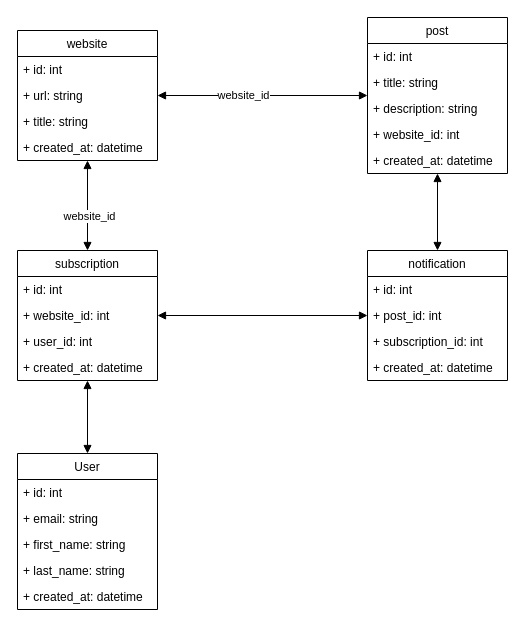
This is docs/diagams.drawio from kudamhazo/laraveltaskv11, a draw.io file, before an edit. Source tidied: cells renumbered, new cells numbered last; positions are measured from the earlier drawing's top-left corner, leaving out a move shared by most shapes. Both pictures are drawn from the tidied source at 100%, with x=0, y=0 at pixel (17, 17).
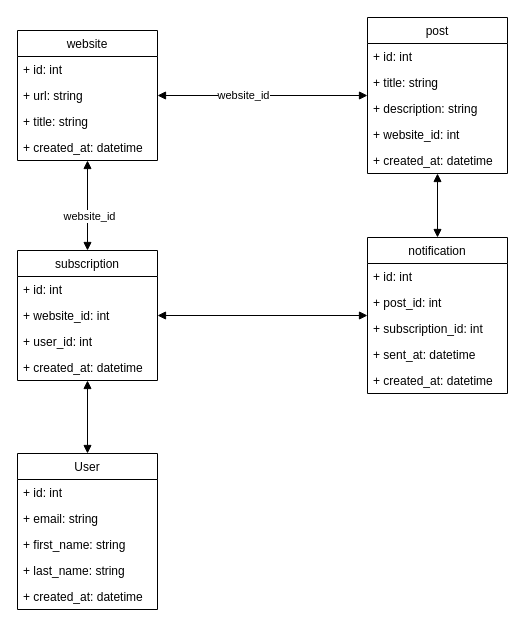
The same page after the edit.

What changed in the source:
```diff
@@
     <mxCell id="29" value="notification" style="swimlane;fontStyle=0;horizontal=1;startSize=26;fillColor=none;" parent="1" vertex="1">
-      <mxGeometry x="350" y="233" width="140" height="130" as="geometry" />
+      <mxGeometry x="350" y="220" width="140" height="156" as="geometry" />
     </mxCell>
@@
+    <mxCell id="36" value="+ sent_at: datetime" style="text;strokeColor=none;fillColor=none;align=left;verticalAlign=top;spacingLeft=4;spacingRight=4;overflow=hidden;" parent="29" vertex="1">
+      <mxGeometry y="104" width="140" height="26" as="geometry" />
+    </mxCell>
     <mxCell id="33" value="+ created_at: datetime" style="text;strokeColor=none;fillColor=none;align=left;verticalAlign=top;spacingLeft=4;spacingRight=4;overflow=hidden;" parent="29" vertex="1">
-      <mxGeometry y="104" width="140" height="26" as="geometry" />
+      <mxGeometry y="130" width="140" height="26" as="geometry" />
     </mxCell>
```
